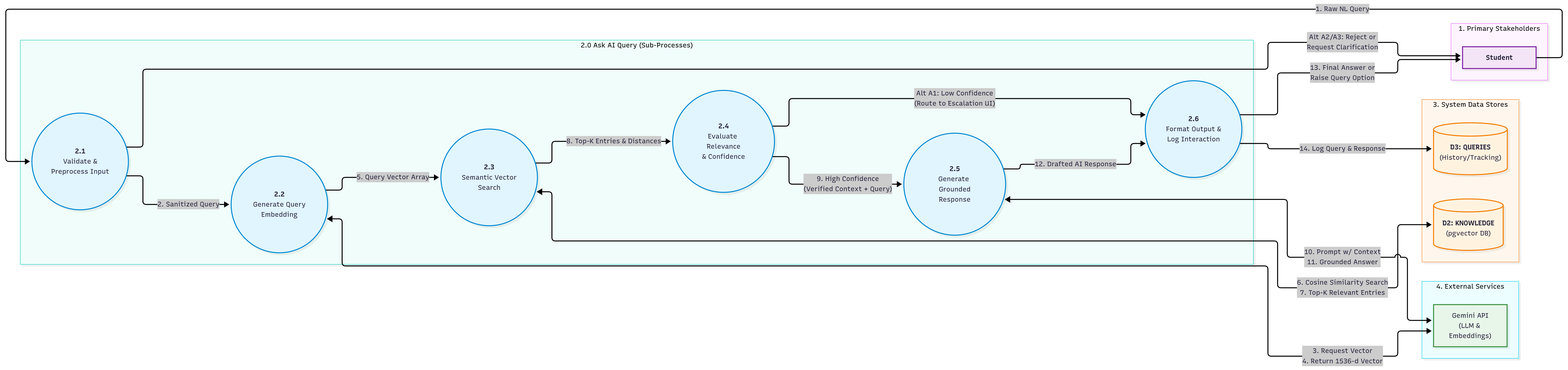
Before: SE/ideathon/documents/L2-DFD-S02.png, a diagram exported from Mermaid (aryanhrc3428/Semester-5). Its source is kept beside it as SE/ideathon/documents/L2-DFD-S02.mmd.
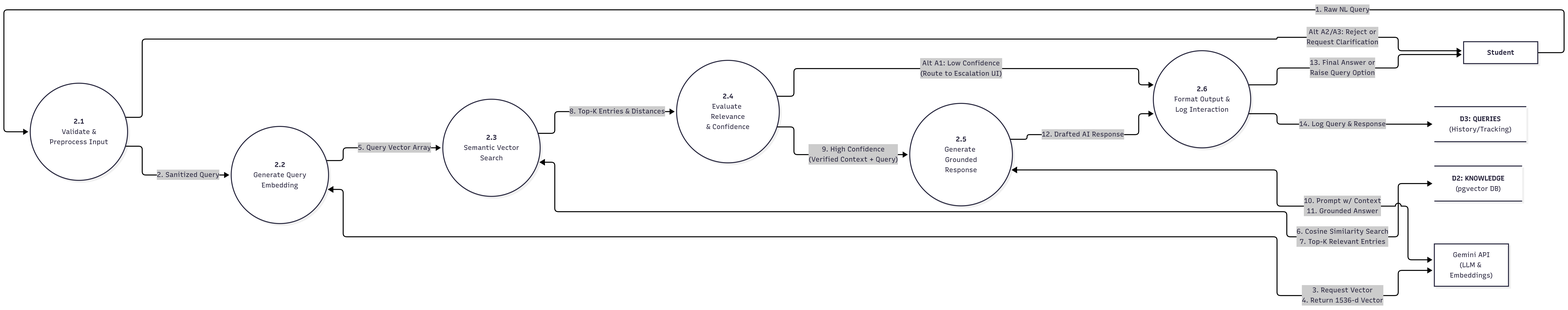
After the commit.

What changed in the source:
```diff
@@ -54,17 +54,7 @@
     P2_6 -->|"13. Final Answer or<br/>Raise Query Option"| Student
     P2_6 -->|"14. Log Query & Response"| D3
 
-    classDef processStyle fill:#fff,stroke:#333,stroke-width:1px,color:#000
-    classDef storeStyle fill:#fff,stroke:#333,stroke-width:1px,color:#000
-    classDef actorStyle fill:#fff,stroke:#333,stroke-width:1px,color:#000
-    classDef extStyle fill:#fff,stroke:#333,stroke-width:1px,color:#000
-
-    class P2_1,P2_2,P2_3,P2_4,P2_5,P2_6 processStyle;
-    class D2,D3 storeStyle;
-    class Student actorStyle;
-    class ExtLLM extStyle;
-
-    style Actors fill:none,stroke:#333,stroke-width:1px
-    style SubProcesses fill:none,stroke:#333,stroke-width:1px
-    style DataStores fill:none,stroke:#333,stroke-width:1px
-    style ExtServices fill:none,stroke:#333,stroke-width:1px
+    style Actors fill:none, stroke:none
+    style DataStores fill:none, stroke:none
+    style SubProcesses fill:none, stroke:none
+    style ExtServices fill:none, stroke:none
```
